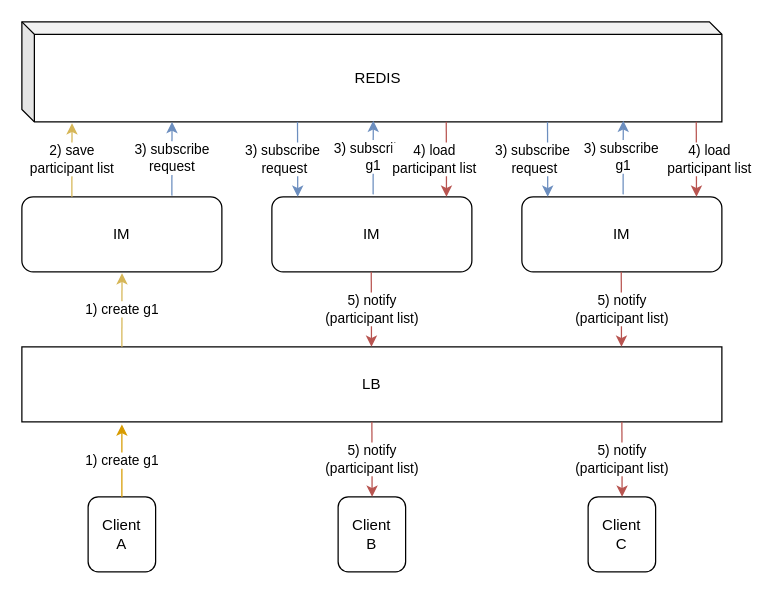
Above: docs/groupchat_create.drawio in kyopark2014/webchat (draw.io), before the change. Source tidied: cells renumbered, new cells numbered last; positions are measured from the earlier drawing's top-left corner, leaving out a move shared by most shapes. Both pictures are drawn from the tidied source at 125%, with x=0, y=0 at pixel (21, 21).
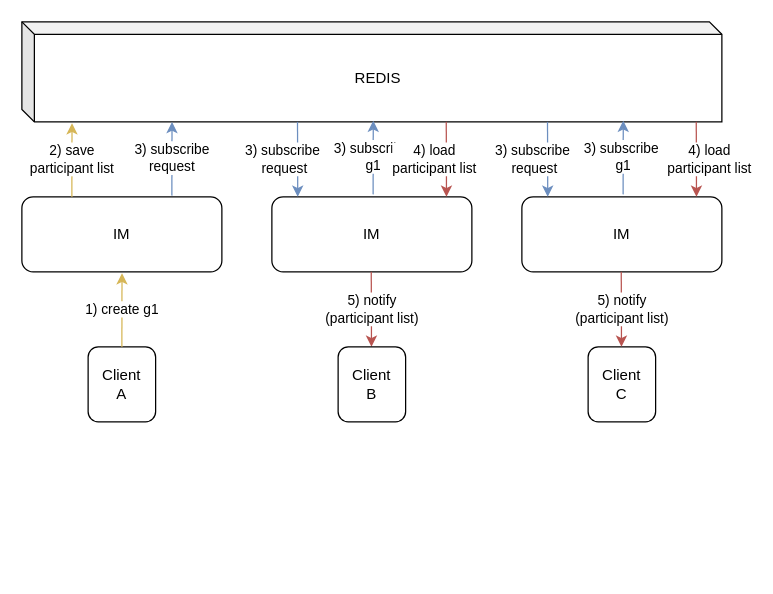
After the change.

The edit, as a diff of the source:
```diff
@@
     <mxCell id="2" value="Client&lt;br&gt;A" style="rounded=1;whiteSpace=wrap;html=1;" parent="1" vertex="1">
-      <mxGeometry x="53" y="380" width="54" height="60" as="geometry" />
+      <mxGeometry x="53" y="260" width="54" height="60" as="geometry" />
     </mxCell>
@@
     <mxCell id="6" value="Client&lt;br&gt;C" style="rounded=1;whiteSpace=wrap;html=1;" parent="1" vertex="1">
-      <mxGeometry x="453" y="380" width="54" height="60" as="geometry" />
+      <mxGeometry x="453" y="260" width="54" height="60" as="geometry" />
     </mxCell>
-    <mxCell id="7" value="LB" style="rounded=0;whiteSpace=wrap;html=1;" parent="1" vertex="1">
-      <mxGeometry y="260" width="560" height="60" as="geometry" />
-    </mxCell>
-    <mxCell id="8" value="1) create g1" style="endArrow=classic;html=1;fillColor=#ffe6cc;strokeColor=#d79b00;" parent="1" edge="1">
-      <mxGeometry relative="1" as="geometry">
-        <mxPoint x="80" y="380" as="sourcePoint" />
-        <mxPoint x="80" y="322" as="targetPoint" />
-      </mxGeometry>
-    </mxCell>
@@
-    <mxCell id="16" value="5) notify&lt;br&gt;(participant list)" style="endArrow=classic;html=1;exitX=0.545;exitY=1;exitDx=0;exitDy=0;exitPerimeter=0;fillColor=#f8cecc;strokeColor=#b85450;" parent="1" edge="1">
-      <mxGeometry relative="1" as="geometry">
-        <mxPoint x="480" y="320" as="sourcePoint" />
-        <mxPoint x="480.2" y="380" as="targetPoint" />
-      </mxGeometry>
-    </mxCell>
@@
     <mxCell id="22" value="Client&lt;br&gt;B" style="rounded=1;whiteSpace=wrap;html=1;" parent="1" vertex="1">
-      <mxGeometry x="253" y="380" width="54" height="60" as="geometry" />
+      <mxGeometry x="253" y="260" width="54" height="60" as="geometry" />
     </mxCell>
-    <mxCell id="23" value="5) notify&lt;br&gt;(participant list)" style="endArrow=classic;html=1;exitX=0.545;exitY=1;exitDx=0;exitDy=0;exitPerimeter=0;fillColor=#f8cecc;strokeColor=#b85450;" parent="1" edge="1">
-      <mxGeometry relative="1" as="geometry">
-        <mxPoint x="280" y="320" as="sourcePoint" />
-        <mxPoint x="280.2" y="380" as="targetPoint" />
-      </mxGeometry>
-    </mxCell>
```
